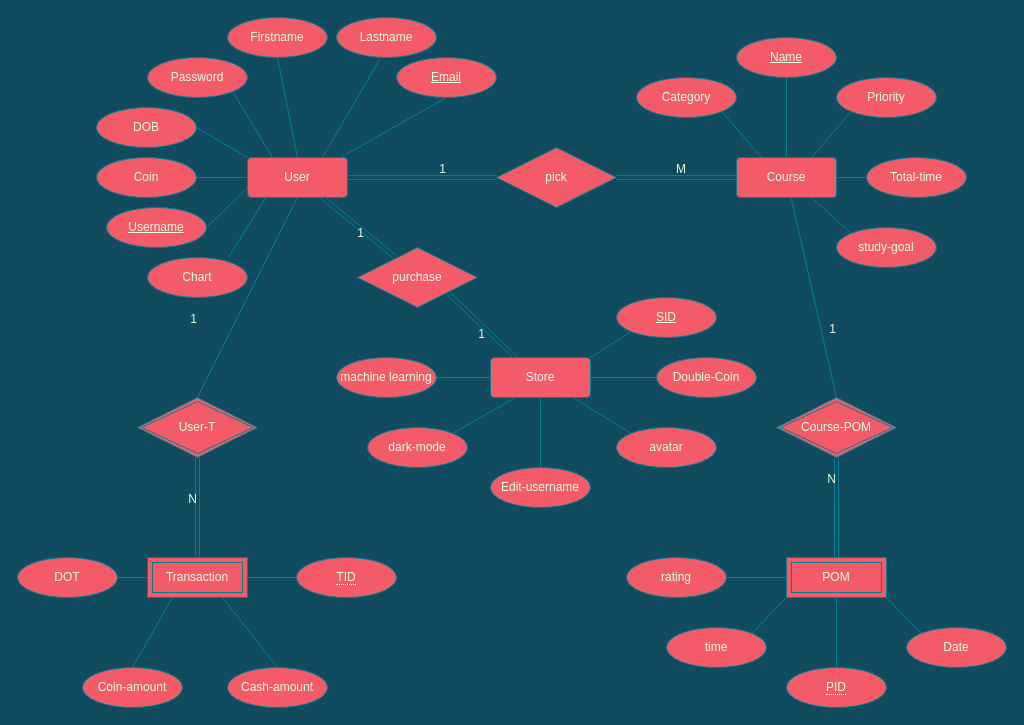
Earlier version of the draw.io diagram ER-Model.drawio (kiyan-rezaee/Planning-App). Source tidied: cells renumbered, new cells numbered last; positions are measured from the earlier drawing's top-left corner, leaving out a move shared by most shapes. Both pictures are drawn from the tidied source at 100%, with x=0, y=0 at pixel (17, 17).
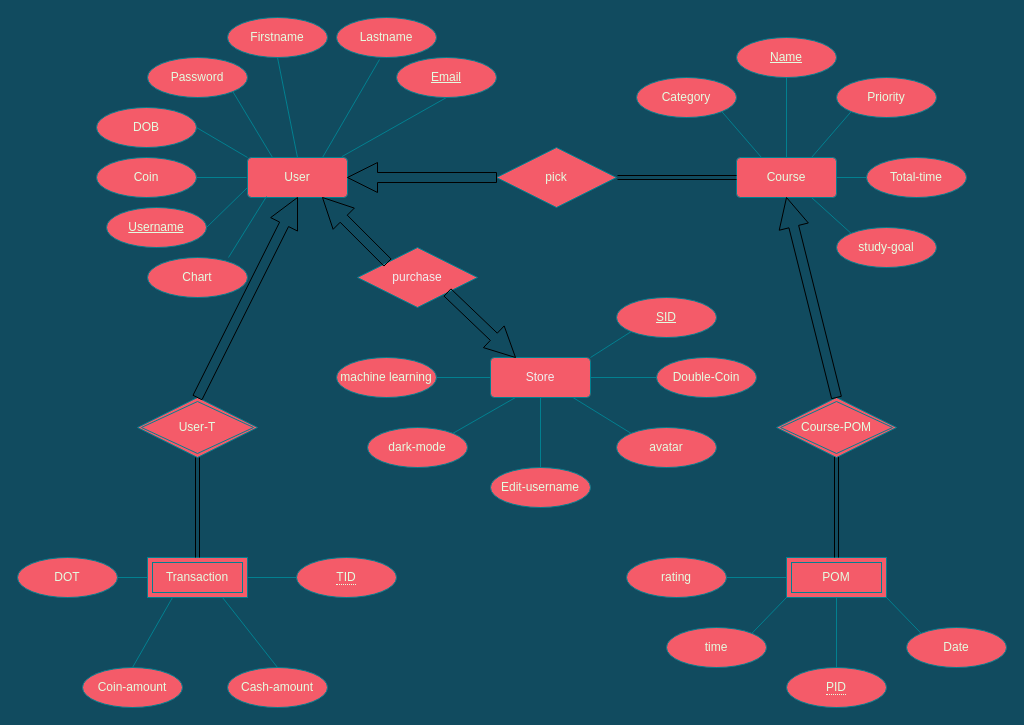
Above is the later version.

The change refers to these unchanged cells:
```xml
<mxCell id="2" value="User" style="rounded=1;arcSize=10;whiteSpace=wrap;html=1;align=center;fillColor=#F45B69;strokeColor=#028090;fontColor=#E4FDE1;" parent="1" vertex="1">
  <mxGeometry x="230" y="140" width="100" height="40" as="geometry" />
</mxCell>
<mxCell id="3" value="Course" style="rounded=1;arcSize=10;whiteSpace=wrap;html=1;align=center;fillColor=#F45B69;strokeColor=#028090;fontColor=#E4FDE1;" parent="1" vertex="1">
  <mxGeometry x="719" y="140" width="100" height="40" as="geometry" />
</mxCell>
<mxCell id="4" value="pick" style="shape=rhombus;perimeter=rhombusPerimeter;whiteSpace=wrap;html=1;align=center;fillColor=#F45B69;strokeColor=#028090;fontColor=#E4FDE1;" parent="1" vertex="1">
  <mxGeometry x="479" y="130" width="120" height="60" as="geometry" />
</mxCell>
<mxCell id="11" value="POM" style="shape=ext;margin=3;double=1;whiteSpace=wrap;html=1;align=center;fillColor=#F45B69;strokeColor=#028090;fontColor=#E4FDE1;" parent="1" vertex="1">
  <mxGeometry x="769" y="540" width="100" height="40" as="geometry" />
</mxCell>
<mxCell id="12" value="Course-POM" style="shape=rhombus;double=1;perimeter=rhombusPerimeter;whiteSpace=wrap;html=1;align=center;fillColor=#F45B69;strokeColor=#028090;fontColor=#E4FDE1;" parent="1" vertex="1">
  <mxGeometry x="759" y="380" width="120" height="60" as="geometry" />
</mxCell>
<mxCell id="17" value="Transaction" style="shape=ext;margin=3;double=1;whiteSpace=wrap;html=1;align=center;fillColor=#F45B69;strokeColor=#028090;fontColor=#E4FDE1;" parent="1" vertex="1">
  <mxGeometry x="130" y="540" width="100" height="40" as="geometry" />
</mxCell>
<mxCell id="18" value="User-T" style="shape=rhombus;double=1;perimeter=rhombusPerimeter;whiteSpace=wrap;html=1;align=center;fillColor=#F45B69;strokeColor=#028090;fontColor=#E4FDE1;" parent="1" vertex="1">
  <mxGeometry x="120" y="380" width="120" height="60" as="geometry" />
</mxCell>
<mxCell id="76" value="&lt;span style=&quot;color: rgb(240 , 240 , 240)&quot;&gt;purchase&lt;/span&gt;" style="shape=rhombus;perimeter=rhombusPerimeter;whiteSpace=wrap;html=1;align=center;fillColor=#F45B69;strokeColor=#028090;fontColor=#E4FDE1;" parent="1" vertex="1">
  <mxGeometry x="340" y="230" width="120" height="60" as="geometry" />
</mxCell>
<mxCell id="77" value="&lt;span style=&quot;color: rgb(240 , 240 , 240)&quot;&gt;Store&lt;/span&gt;" style="rounded=1;arcSize=10;whiteSpace=wrap;html=1;align=center;fillColor=#F45B69;strokeColor=#028090;fontColor=#E4FDE1;" parent="1" vertex="1">
  <mxGeometry x="473" y="340" width="100" height="40" as="geometry" />
</mxCell>
```

Diff of the diagram source:
```diff
@@
-    <mxCell id="5" style="endArrow=none;html=1;rounded=0;exitX=0.5;exitY=1;exitDx=0;exitDy=0;entryX=0.5;entryY=0;entryDx=0;entryDy=0;strokeColor=#028090;fontColor=#E4FDE1;labelBackgroundColor=#114B5F;" parent="1" edge="1" source="2" target="18">
-      <mxGeometry relative="1" as="geometry" />
-    </mxCell>
-    <mxCell id="6" value="1" style="html=1;align=right;verticalAlign=bottom;fillColor=#F45B69;strokeColor=#028090;fontColor=#E4FDE1;" parent="5" vertex="1">
-      <mxGeometry x="1" relative="1" as="geometry">
-        <mxPoint y="-70" as="offset" />
-      </mxGeometry>
-    </mxCell>
-    <mxCell id="7" style="shape=link;html=1;rounded=0;exitX=1;exitY=0.5;exitDx=0;exitDy=0;strokeColor=#028090;fontColor=#E4FDE1;labelBackgroundColor=#114B5F;" parent="1" edge="1" source="2" target="4">
-      <mxGeometry relative="1" as="geometry" />
-    </mxCell>
-    <mxCell id="8" value="1" style="html=1;align=right;verticalAlign=bottom;fillColor=#F45B69;strokeColor=#028090;fontColor=#E4FDE1;" parent="7" vertex="1">
-      <mxGeometry x="1" relative="1" as="geometry">
-        <mxPoint x="-50" as="offset" />
-      </mxGeometry>
-    </mxCell>
-    <mxCell id="9" style="shape=link;html=1;rounded=0;entryX=0;entryY=0.5;entryDx=0;entryDy=0;exitX=1;exitY=0.5;exitDx=0;exitDy=0;strokeColor=#028090;fontColor=#E4FDE1;labelBackgroundColor=#114B5F;" parent="1" edge="1" source="4" target="3">
-      <mxGeometry relative="1" as="geometry" />
-    </mxCell>
-    <mxCell id="10" value="M" style="html=1;align=right;verticalAlign=bottom;fillColor=#F45B69;strokeColor=#028090;fontColor=#E4FDE1;" parent="9" vertex="1">
-      <mxGeometry x="1" relative="1" as="geometry">
-        <mxPoint x="-50" as="offset" />
-      </mxGeometry>
-    </mxCell>
@@
-    <mxCell id="13" style="endArrow=none;html=1;rounded=0;entryX=0.5;entryY=0;entryDx=0;entryDy=0;strokeColor=#028090;fontColor=#E4FDE1;labelBackgroundColor=#114B5F;" parent="1" edge="1" source="3" target="12">
-      <mxGeometry relative="1" as="geometry" />
-    </mxCell>
-    <mxCell id="14" value="1" style="html=1;align=right;verticalAlign=bottom;fillColor=#F45B69;strokeColor=#028090;fontColor=#E4FDE1;" parent="13" vertex="1">
-      <mxGeometry x="1" relative="1" as="geometry">
-        <mxPoint y="-60" as="offset" />
-      </mxGeometry>
-    </mxCell>
-    <mxCell id="15" style="shape=link;html=1;rounded=0;exitX=0.5;exitY=1;exitDx=0;exitDy=0;entryX=0.5;entryY=0;entryDx=0;entryDy=0;strokeColor=#028090;fontColor=#E4FDE1;labelBackgroundColor=#114B5F;" parent="1" edge="1" source="12" target="11">
-      <mxGeometry relative="1" as="geometry" />
-    </mxCell>
-    <mxCell id="16" value="N" style="html=1;align=right;verticalAlign=bottom;fillColor=#F45B69;strokeColor=#028090;fontColor=#E4FDE1;" parent="15" vertex="1">
-      <mxGeometry x="1" relative="1" as="geometry">
-        <mxPoint y="-70" as="offset" />
-      </mxGeometry>
-    </mxCell>
@@
-    <mxCell id="19" style="shape=link;html=1;rounded=0;exitX=0.5;exitY=1;exitDx=0;exitDy=0;strokeColor=#028090;fontColor=#E4FDE1;labelBackgroundColor=#114B5F;" parent="1" edge="1" source="18" target="17">
-      <mxGeometry relative="1" as="geometry" />
-    </mxCell>
-    <mxCell id="20" value="N" style="html=1;align=right;verticalAlign=bottom;fillColor=#F45B69;strokeColor=#028090;fontColor=#E4FDE1;" parent="19" vertex="1">
-      <mxGeometry x="1" relative="1" as="geometry">
-        <mxPoint y="-50" as="offset" />
-      </mxGeometry>
-    </mxCell>
@@
-    <mxCell id="78" style="shape=link;html=1;rounded=0;exitX=0.75;exitY=1;exitDx=0;exitDy=0;strokeColor=#028090;fontColor=#E4FDE1;labelBackgroundColor=#114B5F;entryX=0.308;entryY=0.15;entryDx=0;entryDy=0;entryPerimeter=0;" parent="1" edge="1" source="2" target="76">
-      <mxGeometry relative="1" as="geometry" />
-    </mxCell>
-    <mxCell id="79" value="1" style="html=1;align=right;verticalAlign=bottom;fillColor=#F45B69;strokeColor=#028090;fontColor=#E4FDE1;" parent="78" vertex="1">
-      <mxGeometry x="1" relative="1" as="geometry">
-        <mxPoint x="-30" y="-15" as="offset" />
-      </mxGeometry>
-    </mxCell>
+    <mxCell id="81" style="endArrow=none;html=1;rounded=0;shape=arrow;exitX=0;exitY=0.5;exitDx=0;exitDy=0;" parent="1" edge="1" source="4">
+      <mxGeometry relative="1" as="geometry">
+        <mxPoint x="330" y="160" as="targetPoint" />
+      </mxGeometry>
+    </mxCell>
+    <mxCell id="82" style="endArrow=none;html=1;rounded=0;shape=arrow;entryX=0.5;entryY=1;entryDx=0;entryDy=0;exitX=0.5;exitY=0;exitDx=0;exitDy=0;" parent="1" edge="1" source="12" target="3">
+      <mxGeometry relative="1" as="geometry" />
+    </mxCell>
+    <mxCell id="83" style="endArrow=none;html=1;rounded=0;entryX=0;entryY=0.5;entryDx=0;entryDy=0;shape=link;" parent="1" edge="1" target="3">
+      <mxGeometry relative="1" as="geometry">
+        <mxPoint x="600" y="160" as="sourcePoint" />
+      </mxGeometry>
+    </mxCell>
+    <mxCell id="84" style="endArrow=none;html=1;rounded=0;entryX=0.5;entryY=0;entryDx=0;entryDy=0;shape=link;" parent="1" edge="1" target="11">
+      <mxGeometry relative="1" as="geometry">
+        <mxPoint x="819" y="439.4" as="sourcePoint" />
+      </mxGeometry>
+    </mxCell>
+    <mxCell id="85" style="endArrow=none;html=1;rounded=0;shape=arrow;exitX=0;exitY=0;exitDx=0;exitDy=0;entryX=0.75;entryY=1;entryDx=0;entryDy=0;" parent="1" edge="1" source="76" target="2">
+      <mxGeometry relative="1" as="geometry" />
+    </mxCell>
-    <mxCell id="80" style="shape=link;html=1;rounded=0;strokeColor=#028090;fontColor=#E4FDE1;labelBackgroundColor=#114B5F;entryX=0.25;entryY=0;entryDx=0;entryDy=0;exitX=1;exitY=1;exitDx=0;exitDy=0;" parent="1" edge="1" source="76" target="77">
+    <mxCell id="80" style="endArrow=none;html=1;rounded=0;shape=arrow;exitX=1;exitY=1;exitDx=0;exitDy=0;entryX=0.25;entryY=0;entryDx=0;entryDy=0;" parent="1" edge="1" source="76" target="77">
       <mxGeometry relative="1" as="geometry" />
     </mxCell>
-    <mxCell id="81" value="1" style="html=1;align=right;verticalAlign=bottom;fillColor=#F45B69;strokeColor=#028090;fontColor=#E4FDE1;" parent="80" vertex="1">
-      <mxGeometry x="1" relative="1" as="geometry">
-        <mxPoint x="-30" y="-15" as="offset" />
-      </mxGeometry>
-    </mxCell>
+    <mxCell id="86" style="endArrow=none;html=1;rounded=0;shape=arrow;entryX=0.5;entryY=1;entryDx=0;entryDy=0;exitX=0.5;exitY=0;exitDx=0;exitDy=0;" parent="1" edge="1" source="18" target="2">
+      <mxGeometry relative="1" as="geometry" />
+    </mxCell>
+    <mxCell id="19" style="endArrow=none;html=1;rounded=0;entryX=0.5;entryY=0;entryDx=0;entryDy=0;shape=link;exitX=0.5;exitY=1;exitDx=0;exitDy=0;" parent="1" edge="1" source="18" target="17">
+      <mxGeometry relative="1" as="geometry" />
+    </mxCell>
```
